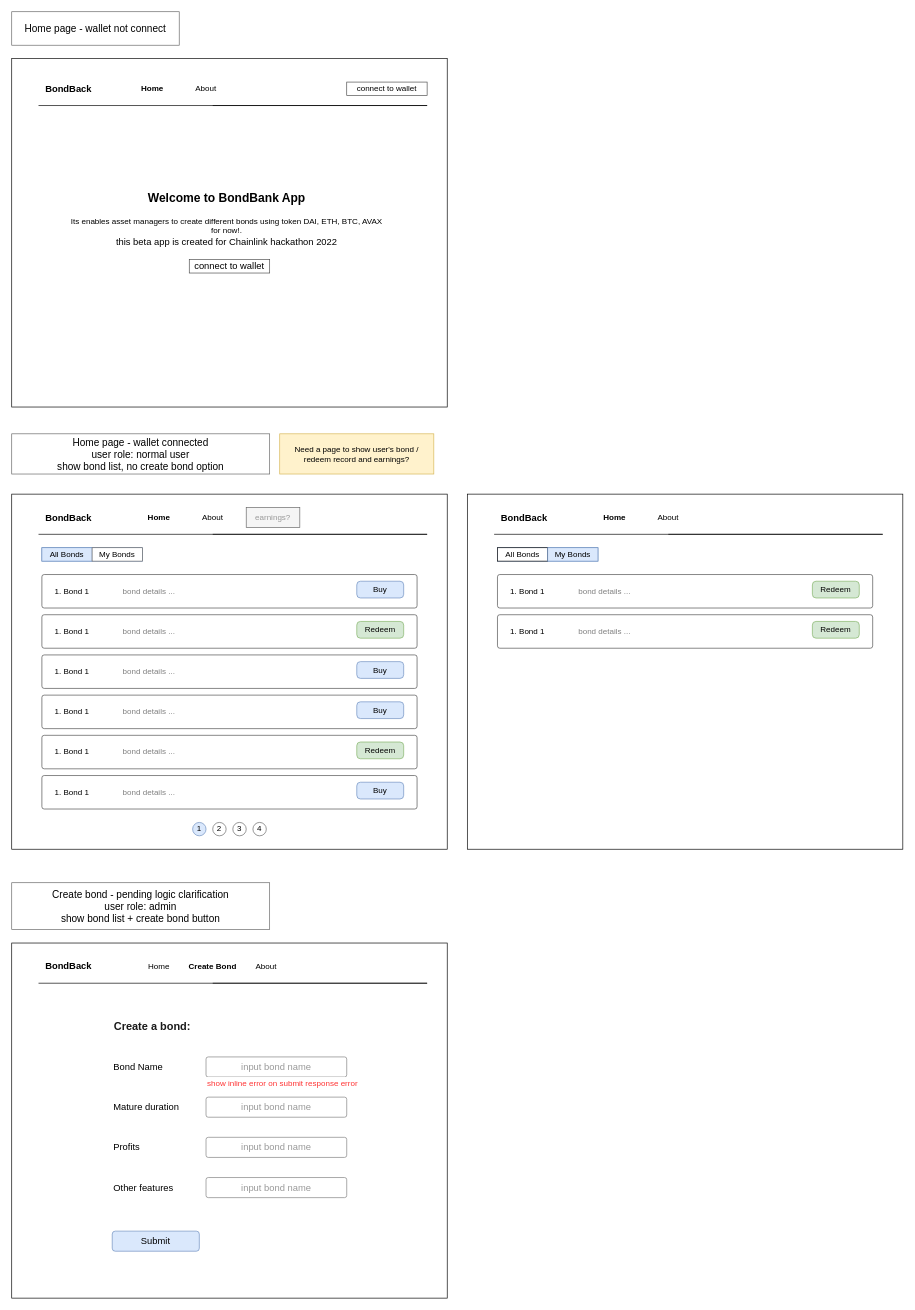
Before: page "List View" (4 of 4) of Untitled Diagram.drawio in levblanc/bond-bank-ux, a draw.io diagram. Source tidied: cells renumbered, new cells numbered last; positions are measured from the earlier drawing's top-left corner, leaving out a move shared by most shapes. Both pictures are drawn from the tidied source at 67%, with x=0, y=0 at pixel (11, 11).
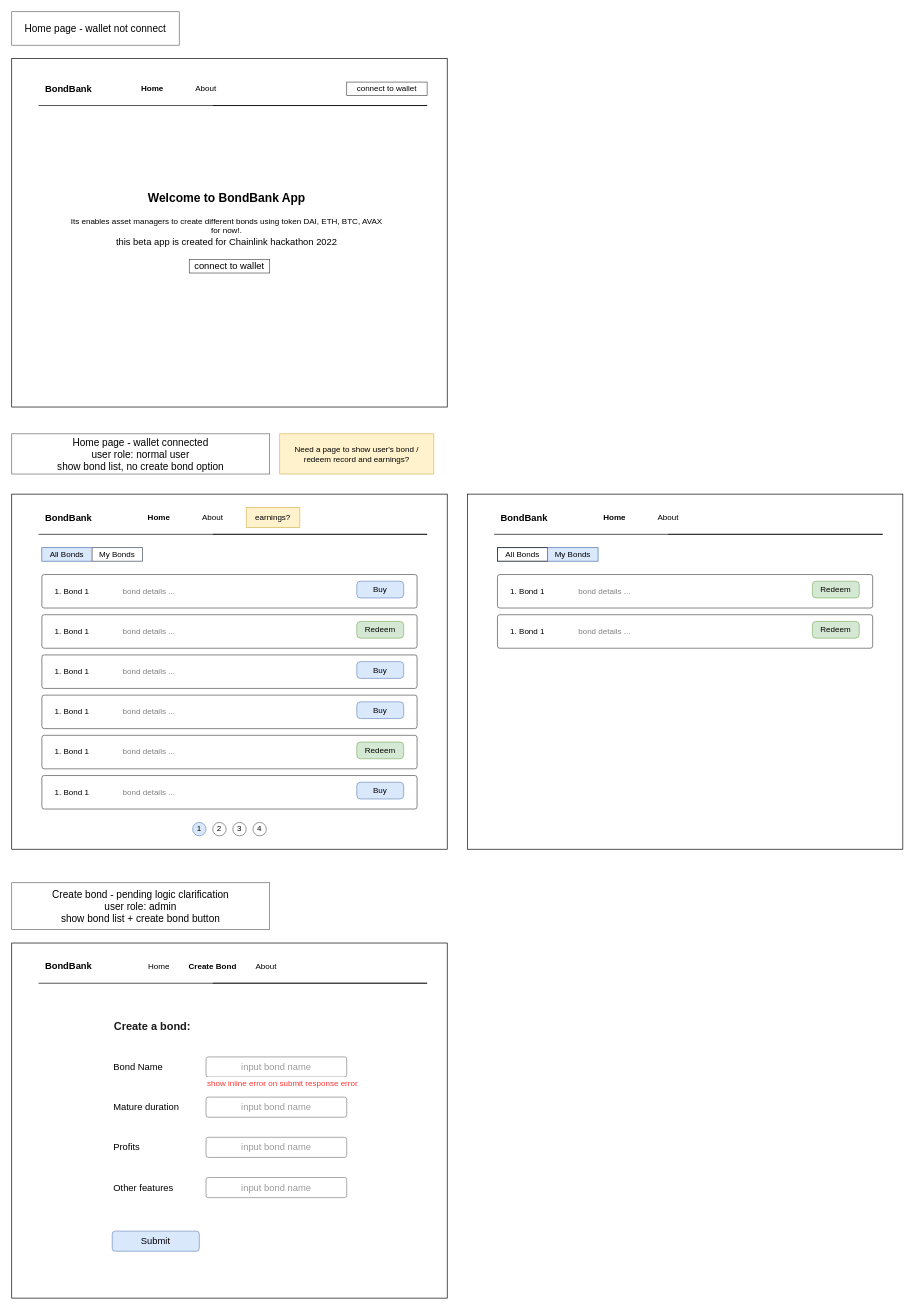
The same page after the edit.

Unchanged cells that the change refers to:
```xml
<mxCell id="20" style="group;" parent="1" vertex="1">
  <mxGeometry y="720" width="650" height="530" as="geometry" />
</mxCell>
<mxCell id="67" style="group;" parent="1" vertex="1">
  <mxGeometry x="680" y="720" width="650" height="530" as="geometry" />
</mxCell>
```

What changed in the source:
```diff
@@
-    <mxCell id="3" value="BondBack" style="rounded=0;whiteSpace=wrap;html=1;strokeColor=none;fontFamily=Helvetica;fontSize=14;fontStyle=1;" parent="1" vertex="1">
+    <mxCell id="3" value="BondBank" style="rounded=0;whiteSpace=wrap;html=1;strokeColor=none;fontFamily=Helvetica;fontSize=14;fontStyle=1;" parent="1" vertex="1">
       <mxGeometry x="20" y="100" width="130" height="30" as="geometry" />
     </mxCell>
@@
-    <mxCell id="12" value="BondBack" style="rounded=0;whiteSpace=wrap;html=1;strokeColor=none;fontFamily=Helvetica;fontSize=14;fontStyle=1;" parent="1" vertex="1">
+    <mxCell id="12" value="BondBank" style="rounded=0;whiteSpace=wrap;html=1;strokeColor=none;fontFamily=Helvetica;fontSize=14;fontStyle=1;" parent="1" vertex="1">
       <mxGeometry x="20" y="1410" width="130" height="30" as="geometry" />
     </mxCell>
@@
-    <mxCell id="22" value="BondBack" style="rounded=0;whiteSpace=wrap;html=1;strokeColor=none;fontFamily=Helvetica;fontSize=14;fontStyle=1;" parent="20" vertex="1">
+    <mxCell id="22" value="BondBank" style="rounded=0;whiteSpace=wrap;html=1;strokeColor=none;fontFamily=Helvetica;fontSize=14;fontStyle=1;" parent="20" vertex="1">
       <mxGeometry x="20" y="20" width="130" height="30" as="geometry" />
     </mxCell>
@@
-    <mxCell id="66" value="&lt;font&gt;earnings?&lt;/font&gt;" style="rounded=0;whiteSpace=wrap;html=1;strokeColor=#666666;fontFamily=Helvetica;fontSize=12;fontColor=#999999;fillColor=#f5f5f5;" parent="20" vertex="1">
+    <mxCell id="66" value="&lt;font&gt;earnings?&lt;/font&gt;" style="rounded=0;whiteSpace=wrap;html=1;strokeColor=#d6b656;fontFamily=Helvetica;fontSize=12;fillColor=#fff2cc;" parent="20" vertex="1">
       <mxGeometry x="350" y="20" width="80" height="30" as="geometry" />
     </mxCell>
@@
-    <mxCell id="69" value="BondBack" style="rounded=0;whiteSpace=wrap;html=1;strokeColor=none;fontFamily=Helvetica;fontSize=14;fontStyle=1;" parent="67" vertex="1">
+    <mxCell id="69" value="BondBank" style="rounded=0;whiteSpace=wrap;html=1;strokeColor=none;fontFamily=Helvetica;fontSize=14;fontStyle=1;" parent="67" vertex="1">
       <mxGeometry x="20" y="20" width="130" height="30" as="geometry" />
     </mxCell>
```
